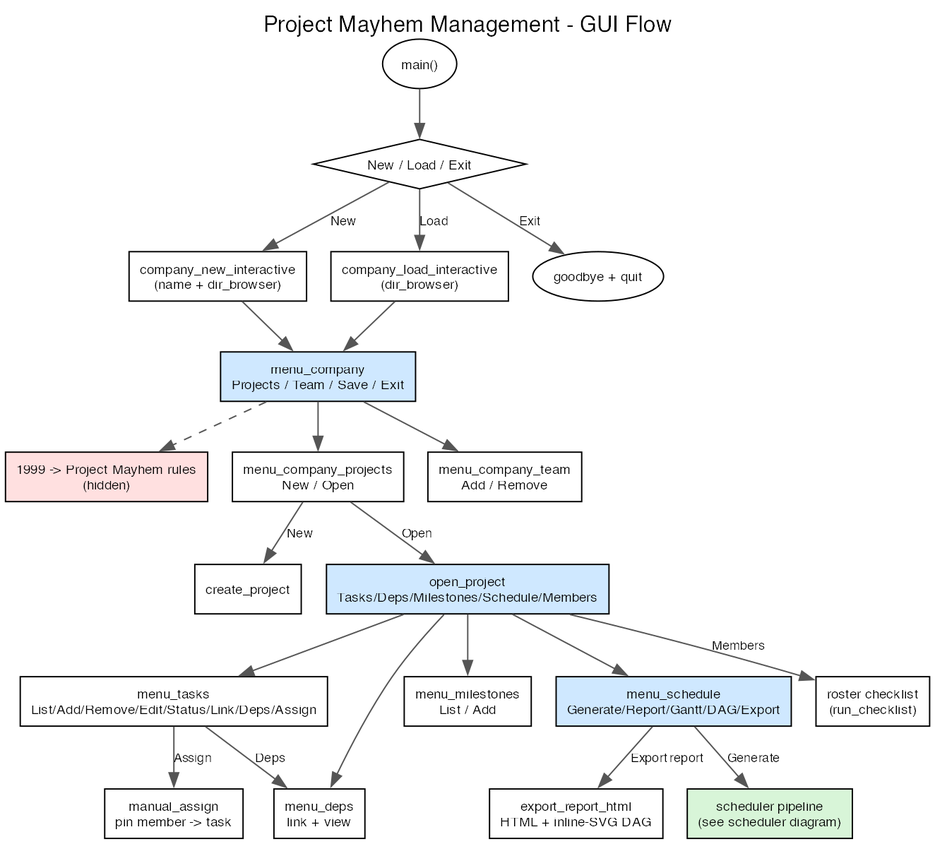
shabelson-picker/c-final-project keeps this Graphviz diagram as diagrams/gui_flow.png. Above is the earlier version. Its source is kept beside it as diagrams/gui_flow.dot.
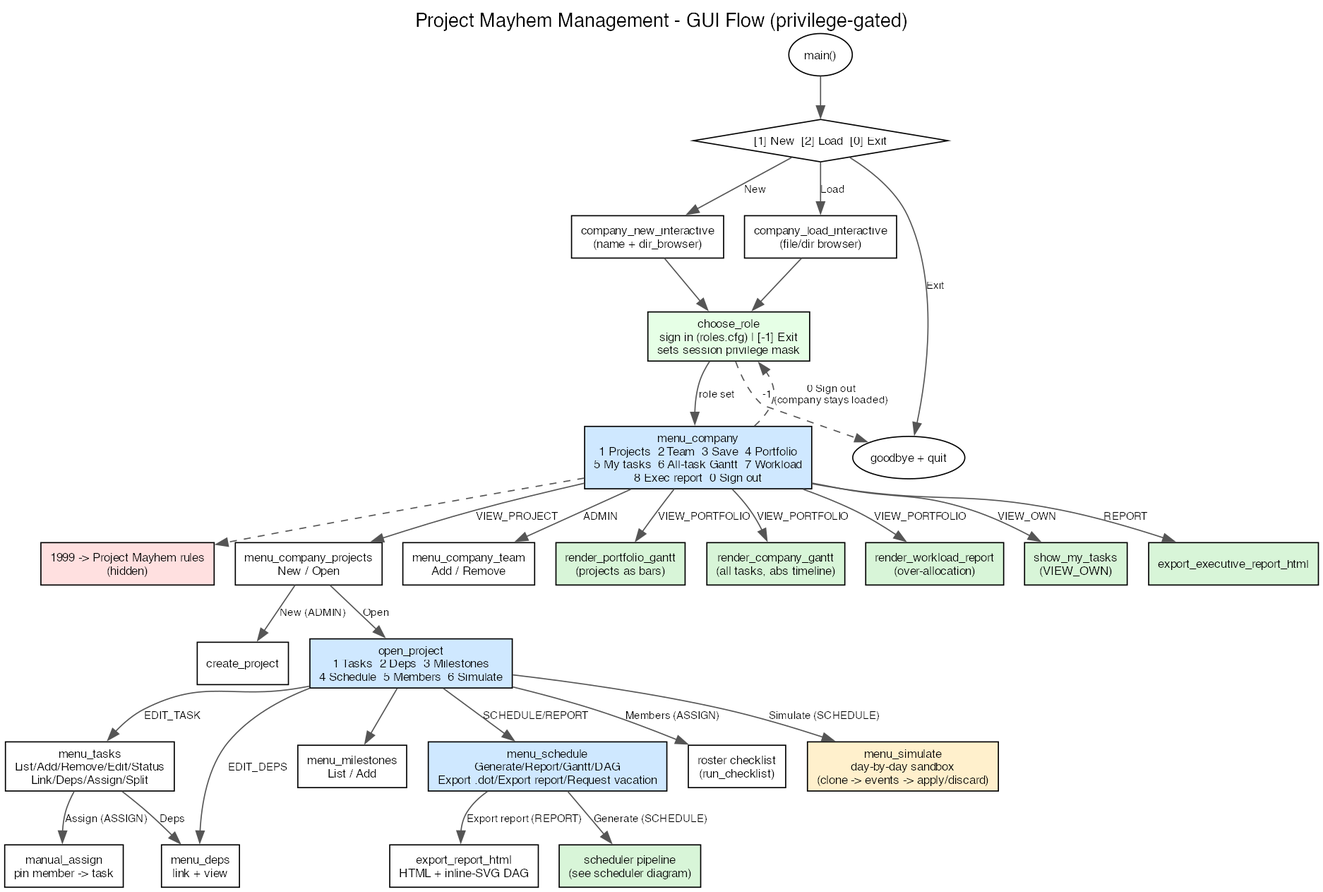
After the change.

What changed in the source:
```diff
@@ -1,52 +1,80 @@
 digraph gui {
   rankdir=TB;
-  graph [fontname="Helvetica", label="Project Mayhem Management - GUI Flow", labelloc=t, fontsize=16];
+  graph [fontname="Helvetica", label="Project Mayhem Management - GUI Flow (privilege-gated)", labelloc=t, fontsize=16];
   node [fontname="Helvetica", fontsize=10];
   edge [fontname="Helvetica", fontsize=9, color="#555555"];
 
+  /* ---- startup: company first, then role ---- */
   main   [shape=oval, label="main()"];
-  m0     [shape=diamond, label="New / Load / Exit"];
+  m0     [shape=diamond, label="[1] New  [2] Load  [0] Exit"];
   newc   [shape=box, label="company_new_interactive\n(name + dir_browser)"];
-  loadc  [shape=box, label="company_load_interactive\n(dir_browser)"];
+  loadc  [shape=box, label="company_load_interactive\n(file/dir browser)"];
   exit0  [shape=oval, label="goodbye + quit"];
 
-  menu_company [shape=box, style=filled, fillcolor="#cfe8ff", label="menu_company\nProjects / Team / Save / Exit"];
+  role   [shape=box, style=filled, fillcolor="#e6ffe6",
+          label="choose_role\nsign in (roles.cfg) | [-1] Exit\nsets session privilege mask"];
+
+  /* ---- company menu (privilege-gated) ---- */
+  menu_company [shape=box, style=filled, fillcolor="#cfe8ff",
+    label="menu_company\n1 Projects  2 Team  3 Save  4 Portfolio\n5 My tasks  6 All-task Gantt  7 Workload\n8 Exec report  0 Sign out"];
   rules  [shape=box, style=filled, fillcolor="#ffe0e0", label="1999 -> Project Mayhem rules\n(hidden)"];
   projmenu [shape=box, label="menu_company_projects\nNew / Open"];
   teammenu [shape=box, label="menu_company_team\nAdd / Remove"];
   create [shape=box, label="create_project"];
 
-  open   [shape=box, style=filled, fillcolor="#cfe8ff", label="open_project\nTasks/Deps/Milestones/Schedule/Members"];
-  tasks  [shape=box, label="menu_tasks\nList/Add/Remove/Edit/Status/Link/Deps/Assign"];
+  /* ---- company-wide views (read models) ---- */
+  portfolio [shape=box, style=filled, fillcolor="#d8f5d8", label="render_portfolio_gantt\n(projects as bars)"];
+  cgantt    [shape=box, style=filled, fillcolor="#d8f5d8", label="render_company_gantt\n(all tasks, abs timeline)"];
+  workload  [shape=box, style=filled, fillcolor="#d8f5d8", label="render_workload_report\n(over-allocation)"];
+  mytasks   [shape=box, style=filled, fillcolor="#d8f5d8", label="show_my_tasks\n(VIEW_OWN)"];
+  exec      [shape=box, style=filled, fillcolor="#d8f5d8", label="export_executive_report_html"];
+
+  /* ---- project menu ---- */
+  open   [shape=box, style=filled, fillcolor="#cfe8ff",
+    label="open_project\n1 Tasks  2 Deps  3 Milestones\n4 Schedule  5 Members  6 Simulate"];
+  tasks  [shape=box, label="menu_tasks\nList/Add/Remove/Edit/Status\nLink/Deps/Assign/Split"];
   deps   [shape=box, label="menu_deps\nlink + view"];
   mile   [shape=box, label="menu_milestones\nList / Add"];
-  sched  [shape=box, style=filled, fillcolor="#cfe8ff", label="menu_schedule\nGenerate/Report/Gantt/DAG/Export"];
+  sched  [shape=box, style=filled, fillcolor="#cfe8ff",
+    label="menu_schedule\nGenerate/Report/Gantt/DAG\nExport .dot/Export report/Request vacation"];
   roster [shape=box, label="roster checklist\n(run_checklist)"];
   pin    [shape=box, label="manual_assign\npin member -> task"];
+  sim    [shape=box, style=filled, fillcolor="#fff0cc", label="menu_simulate\nday-by-day sandbox\n(clone -> events -> apply/discard)"];
   gen    [shape=box, style=filled, fillcolor="#d8f5d8", label="scheduler pipeline\n(see scheduler diagram)"];
   report [shape=box, label="export_report_html\nHTML + inline-SVG DAG"];
 
+  /* ---- flow ---- */
   main -> m0;
   m0 -> newc [label="New"];
   m0 -> loadc [label="Load"];
   m0 -> exit0 [label="Exit"];
-  newc -> menu_company;
-  loadc -> menu_company;
+  newc -> role;
+  loadc -> role;
+  role -> menu_company [label="role set"];
+  role -> exit0 [label="-1", style=dashed];
+  menu_company -> role [label="0 Sign out\n(company stays loaded)", style=dashed, constraint=false];
 
-  menu_company -> projmenu;
-  menu_company -> teammenu;
+  menu_company -> projmenu  [label="VIEW_PROJECT"];
+  menu_company -> teammenu  [label="ADMIN"];
+  menu_company -> portfolio [label="VIEW_PORTFOLIO"];
+  menu_company -> cgantt    [label="VIEW_PORTFOLIO"];
+  menu_company -> workload  [label="VIEW_PORTFOLIO"];
+  menu_company -> mytasks   [label="VIEW_OWN"];
+  menu_company -> exec      [label="REPORT"];
   menu_company -> rules [style=dashed];
-  projmenu -> create [label="New"];
-  projmenu -> open [label="Open"];
 
-  open -> tasks;
-  open -> deps;
+  projmenu -> create [label="New (ADMIN)"];
+  projmenu -> open   [label="Open"];
+
+  open -> tasks  [label="EDIT_TASK"];
+  open -> deps   [label="EDIT_DEPS"];
   open -> mile;
-  open -> sched;
-  open -> roster [label="Members"];
+  open -> sched  [label="SCHEDULE/REPORT"];
+  open -> roster [label="Members (ASSIGN)"];
+  open -> sim    [label="Simulate (SCHEDULE)"];
 
-  tasks -> pin [label="Assign"];
+  tasks -> pin [label="Assign (ASSIGN)"];
   tasks -> deps [label="Deps"];
-  sched -> gen [label="Generate"];
-  sched -> report [label="Export report"];
+  sched -> gen [label="Generate (SCHEDULE)"];
+  sched -> report [label="Export report (REPORT)"];
 }
```
